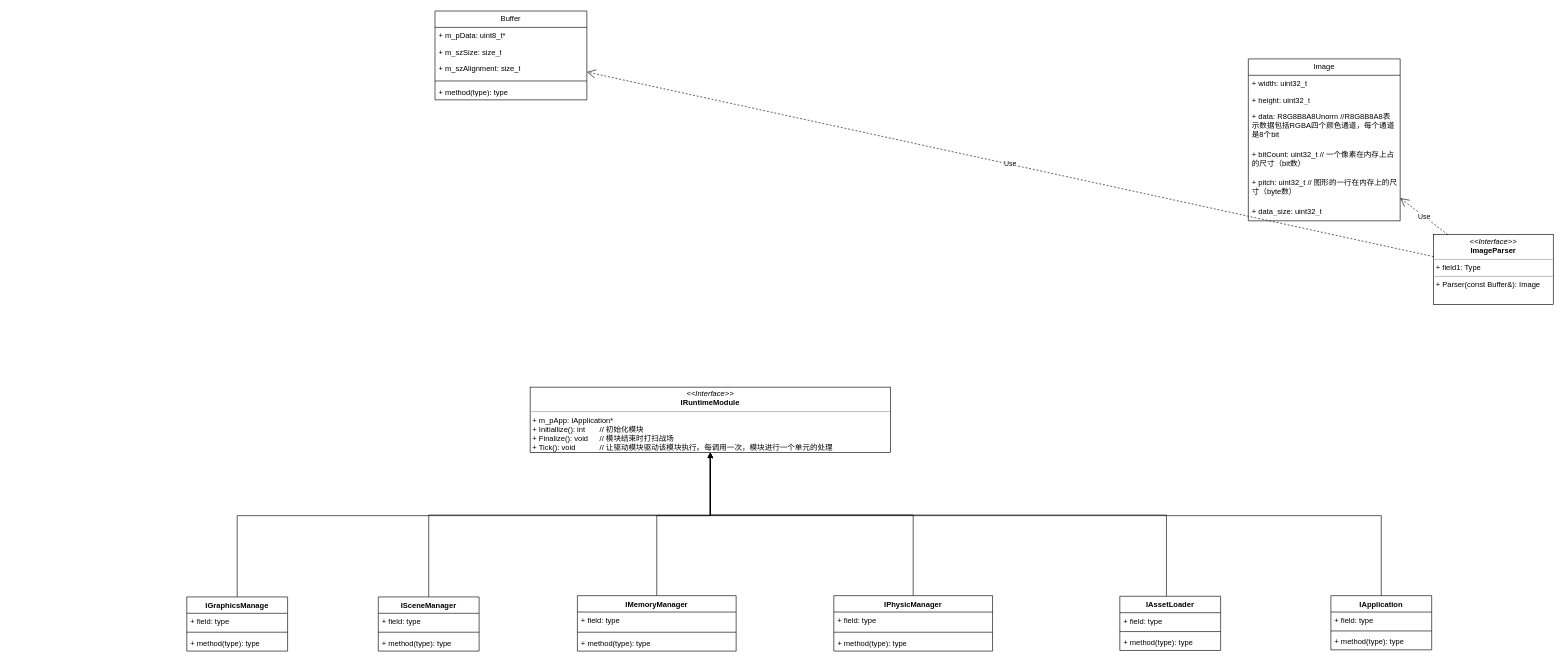
Above: page "总图" (1 of 8) of GameEngine.drawio in yzscodehub/Resource (draw.io), before the change. Source tidied: cells renumbered, new cells numbered last; positions are measured from the earlier drawing's top-left corner, leaving out a move shared by most shapes. Both pictures are drawn from the tidied source at 63%, with x=0, y=0 at pixel (186, 11).
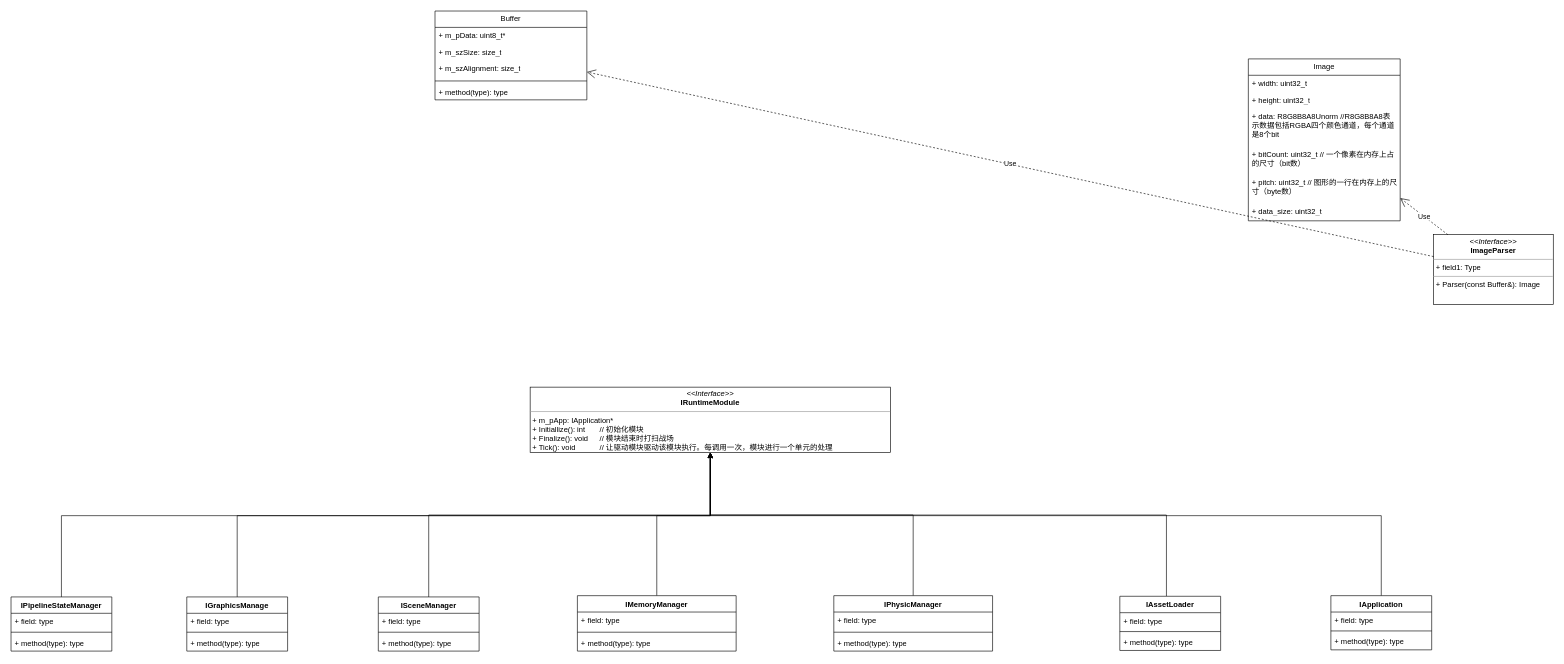
The same diagram, later.

The change refers to these unchanged cells:
```xml
<mxCell id="2" value="&lt;p style=&quot;margin:0px;margin-top:4px;text-align:center;&quot;&gt;&lt;i&gt;&amp;lt;&amp;lt;Interface&amp;gt;&amp;gt;&lt;/i&gt;&lt;br&gt;&lt;b&gt;IRuntimeModule&lt;/b&gt;&lt;/p&gt;&lt;hr size=&quot;1&quot;&gt;&lt;p style=&quot;margin:0px;margin-left:4px;&quot;&gt;+ m_pApp: IApplication*&lt;/p&gt;&lt;p style=&quot;margin:0px;margin-left:4px;&quot;&gt;+ Initiallize(): int&amp;nbsp;&lt;span style=&quot;&quot;&gt;&lt;span style=&quot;white-space: pre;&quot;&gt;&amp;nbsp;&amp;nbsp;&amp;nbsp;&amp;nbsp;&lt;span style=&quot;white-space: pre;&quot;&gt;&#9;&lt;/span&gt;&lt;/span&gt;&lt;/span&gt;// 初始化模块&lt;br&gt;+ Finalize(): void&lt;span style=&quot;&quot;&gt;&lt;span style=&quot;white-space: pre;&quot;&gt;&amp;nbsp;&amp;nbsp;&amp;nbsp;&lt;span style=&quot;white-space: pre;&quot;&gt;&#9;&lt;/span&gt;&lt;/span&gt;&lt;/span&gt;// 模块结束时打扫战场&lt;/p&gt;&lt;p style=&quot;margin:0px;margin-left:4px;&quot;&gt;+ Tick(): void&amp;nbsp;&lt;span style=&quot;&quot;&gt;&lt;span style=&quot;white-space: pre;&quot;&gt;&amp;nbsp;&amp;nbsp;&amp;nbsp;&amp;nbsp;&lt;/span&gt;&lt;/span&gt;&lt;span style=&quot;&quot;&gt;&lt;span style=&quot;white-space: pre;&quot;&gt;&amp;nbsp;&amp;nbsp;&amp;nbsp;&amp;nbsp;&lt;span style=&quot;white-space: pre;&quot;&gt;&#9;&lt;/span&gt;&lt;/span&gt;&lt;/span&gt;// 让驱动模块驱动该模块执行。每调用一次，模块进行一个单元的处理&lt;/p&gt;" style="verticalAlign=top;align=left;overflow=fill;fontSize=12;fontFamily=Helvetica;html=1;whiteSpace=wrap;" parent="1" vertex="1">
  <mxGeometry x="545" y="597" width="572" height="104" as="geometry" />
</mxCell>
```

What changed in the source:
```diff
@@
+    <mxCell id="49" style="edgeStyle=orthogonalEdgeStyle;rounded=0;jettySize=auto;html=1;" parent="1" edge="1" source="50" target="2">
+      <mxGeometry relative="1" as="geometry">
+        <Array as="points">
+          <mxPoint x="-199" y="801" />
+          <mxPoint x="831" y="801" />
+        </Array>
+      </mxGeometry>
+    </mxCell>
+    <mxCell id="50" value="IPipelineStateManager" style="swimlane;fontStyle=1;align=center;verticalAlign=top;horizontal=1;startSize=26;whiteSpace=wrap;html=1;" parent="1" vertex="1">
+      <mxGeometry x="-279" y="930" width="160" height="86" as="geometry" />
+    </mxCell>
+    <mxCell id="51" value="+ field: type" style="text;strokeColor=none;fillColor=none;align=left;verticalAlign=top;spacingLeft=4;spacingRight=4;overflow=hidden;whiteSpace=wrap;html=1;" parent="50" vertex="1">
+      <mxGeometry y="26" width="160" height="26" as="geometry" />
+    </mxCell>
+    <mxCell id="52" style="line;strokeWidth=1;fillColor=none;align=left;verticalAlign=middle;spacingTop=-1;spacingLeft=3;spacingRight=3;labelPosition=right;strokeColor=inherit;" parent="50" vertex="1">
+      <mxGeometry y="52" width="160" height="8" as="geometry" />
+    </mxCell>
+    <mxCell id="53" value="+ method(type): type" style="text;strokeColor=none;fillColor=none;align=left;verticalAlign=top;spacingLeft=4;spacingRight=4;overflow=hidden;whiteSpace=wrap;html=1;" parent="50" vertex="1">
+      <mxGeometry y="60" width="160" height="26" as="geometry" />
+    </mxCell>
```
